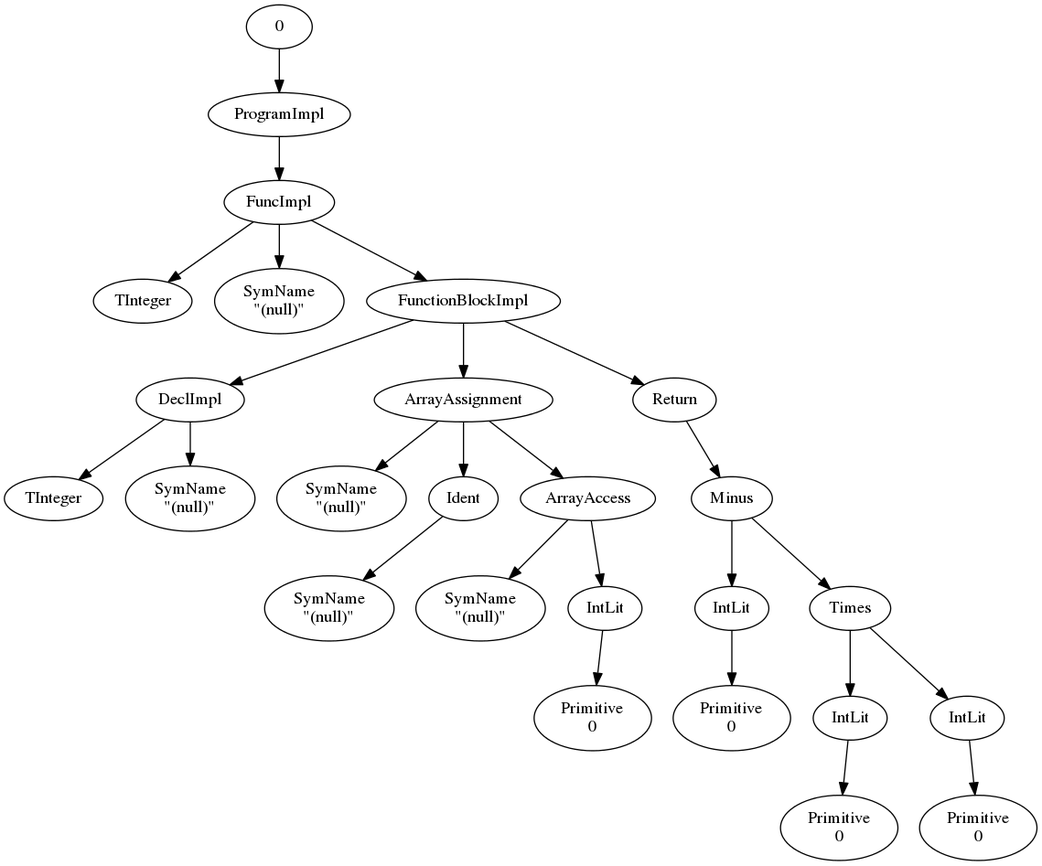
Before: ast/testProgram.png, a diagram exported from Graphviz (drewtaylors/cs160). Its source is kept beside it as ast/testProgram.dot.
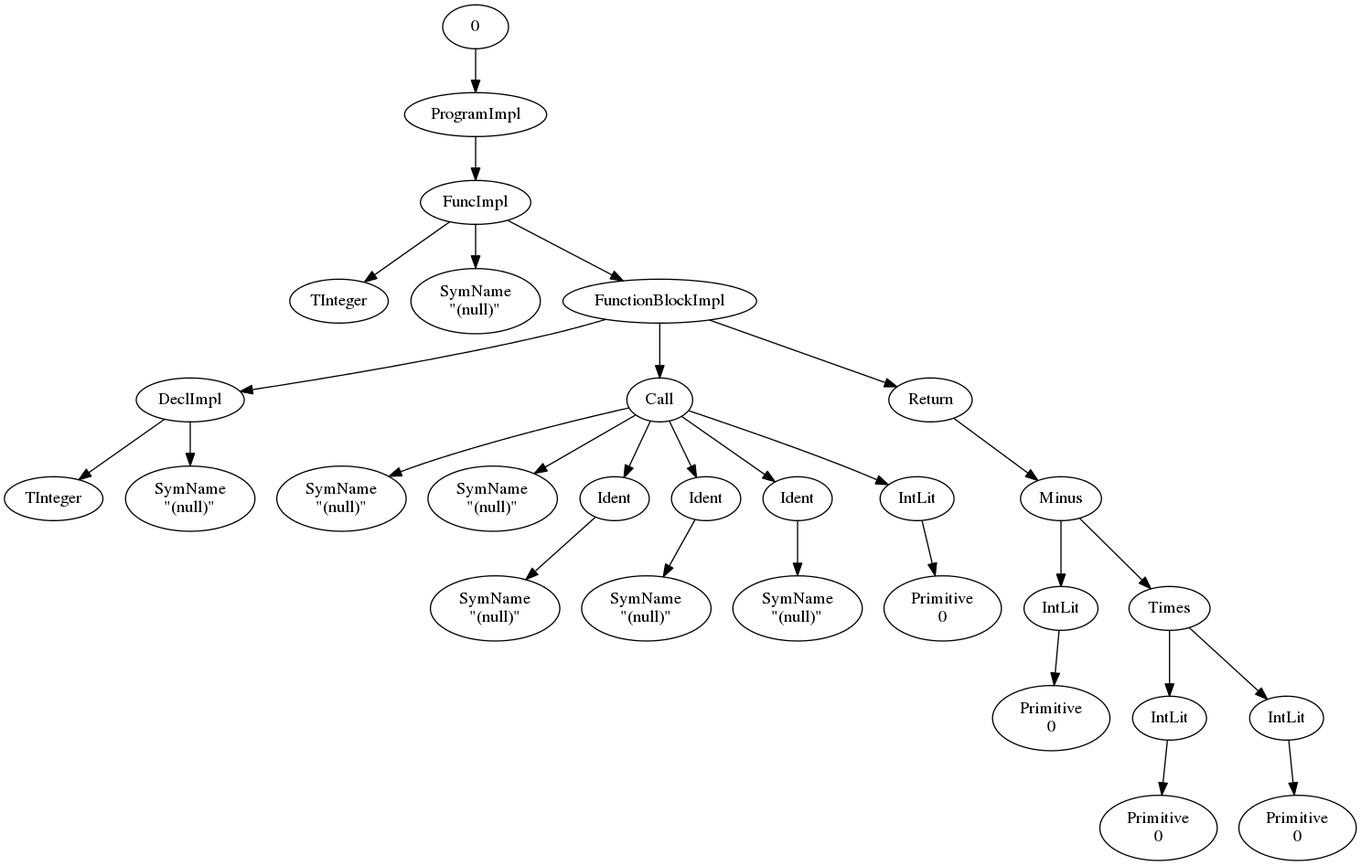
The same diagram one commit later.

Commit message:
function call now works

What changed in the source:
```diff
@@ -16,37 +16,43 @@
 "6" -> "8"
 "8" [label="SymName\n\"(null)\""]
 "5" -> "9"
-"9" [label="ArrayAssignment"]
+"9" [label="Call"]
 "9" -> "10"
 "10" [label="SymName\n\"(null)\""]
 "9" -> "11"
-"11" [label="Ident"]
-"11" -> "12"
-"12" [label="SymName\n\"(null)\""]
-"9" -> "13"
-"13" [label="ArrayAccess"]
-"13" -> "14"
-"14" [label="SymName\n\"(null)\""]
-"13" -> "15"
-"15" [label="IntLit"]
-"15" -> "16"
-"16" [label="Primitive\n0"]
-"5" -> "17"
-"17" [label="Return"]
-"17" -> "18"
-"18" [label="Minus"]
+"11" [label="SymName\n\"(null)\""]
+"9" -> "12"
+"12" [label="Ident"]
+"12" -> "13"
+"13" [label="SymName\n\"(null)\""]
+"9" -> "14"
+"14" [label="Ident"]
+"14" -> "15"
+"15" [label="SymName\n\"(null)\""]
+"9" -> "16"
+"16" [label="Ident"]
+"16" -> "17"
+"17" [label="SymName\n\"(null)\""]
+"9" -> "18"
+"18" [label="IntLit"]
 "18" -> "19"
-"19" [label="IntLit"]
-"19" -> "20"
-"20" [label="Primitive\n0"]
-"18" -> "21"
-"21" [label="Times"]
+"19" [label="Primitive\n0"]
+"5" -> "20"
+"20" [label="Return"]
+"20" -> "21"
+"21" [label="Minus"]
 "21" -> "22"
 "22" [label="IntLit"]
 "22" -> "23"
 "23" [label="Primitive\n0"]
 "21" -> "24"
-"24" [label="IntLit"]
+"24" [label="Times"]
 "24" -> "25"
-"25" [label="Primitive\n0"]
+"25" [label="IntLit"]
+"25" -> "26"
+"26" [label="Primitive\n0"]
+"24" -> "27"
+"27" [label="IntLit"]
+"27" -> "28"
+"28" [label="Primitive\n0"]
 };
```
